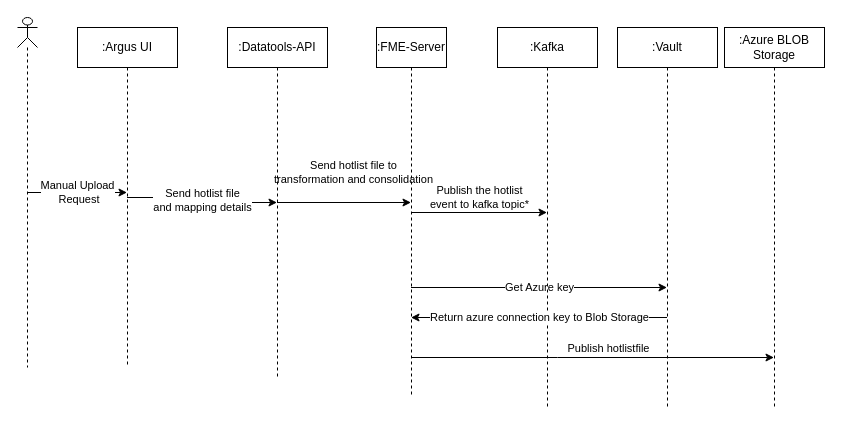
franclopez/draws keeps this draw.io diagram as page "Manual Upload" (2 of 2) of Untitled Diagram.drawio. Above is the earlier version. Source tidied: cells renumbered, new cells numbered last; positions are measured from the earlier drawing's top-left corner, leaving out a move shared by most shapes. Both pictures are drawn from the tidied source at 100%, with x=0, y=0 at pixel (17, 17).
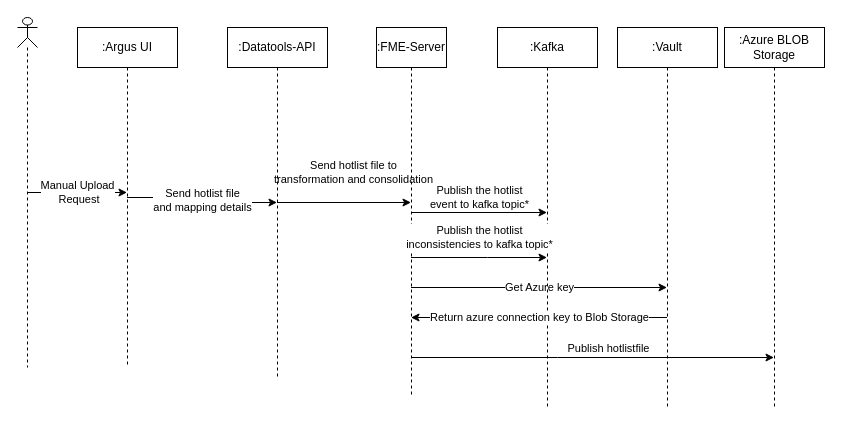
After the change.

Unchanged cells that the change refers to:
```xml
<mxCell id="10" value=":FME-Server" style="shape=umlLifeline;perimeter=lifelinePerimeter;whiteSpace=wrap;html=1;outlineConnect=0;" parent="1" vertex="1">
  <mxGeometry x="359" y="10" width="70" height="370" as="geometry" />
</mxCell>
<mxCell id="11" value=":Kafka" style="shape=umlLifeline;perimeter=lifelinePerimeter;whiteSpace=wrap;html=1;outlineConnect=0;" parent="1" vertex="1">
  <mxGeometry x="480" y="10" width="100" height="380" as="geometry" />
</mxCell>
```

What changed in the source:
```diff
@@
+    <mxCell id="17" value="Publish the hotlist &lt;br&gt;inconsistencies to kafka topic*" style="edgeStyle=orthogonalEdgeStyle;rounded=0;jettySize=auto;html=1;" parent="1" edge="1" source="10" target="11">
+      <mxGeometry x="-0.02" y="20" relative="1" as="geometry">
+        <Array as="points">
+          <mxPoint x="470" y="240" />
+          <mxPoint x="470" y="240" />
+        </Array>
+        <mxPoint x="1" as="offset" />
+      </mxGeometry>
+    </mxCell>
```
